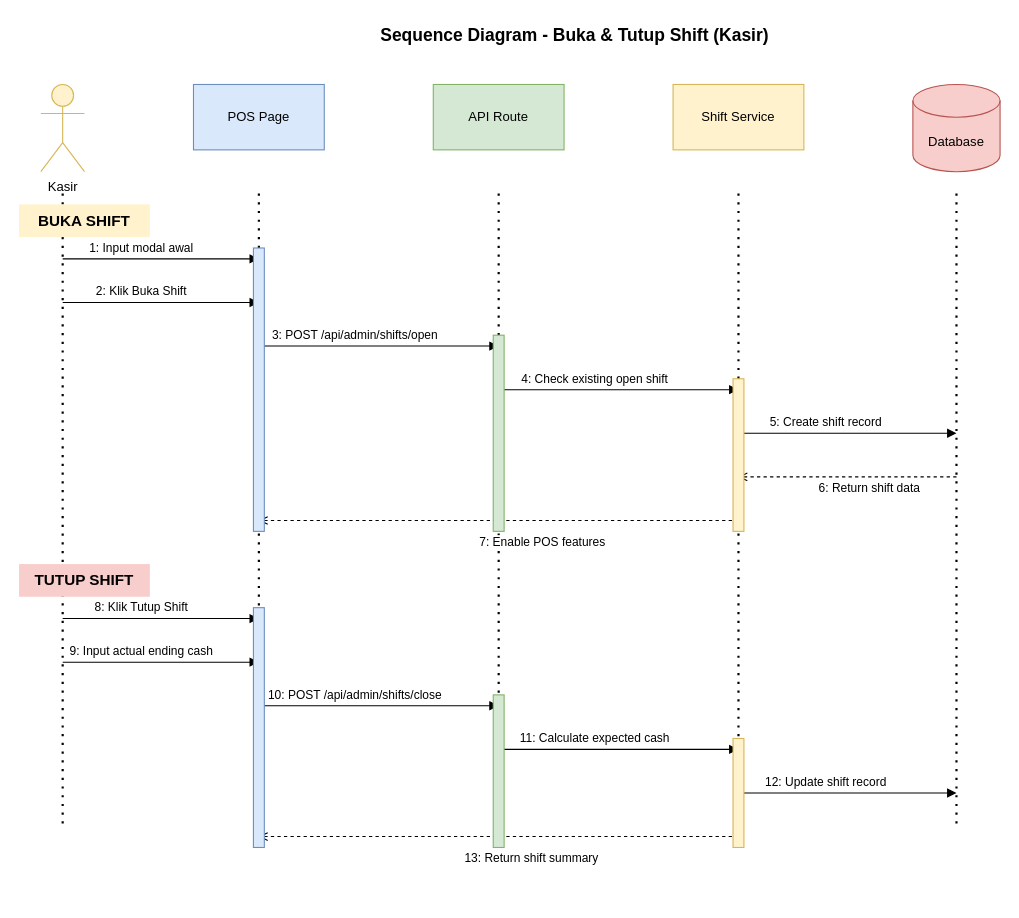
Before: fordza-docs/diagrams/sequence-05-shift-management.drawio in Aryo1235/fordza-web, a draw.io diagram. Source tidied: cells renumbered, new cells numbered last; positions are measured from the earlier drawing's top-left corner, leaving out a move shared by most shapes. Both pictures are drawn from the tidied source at 109%, with x=0, y=0 at pixel (19, 19).
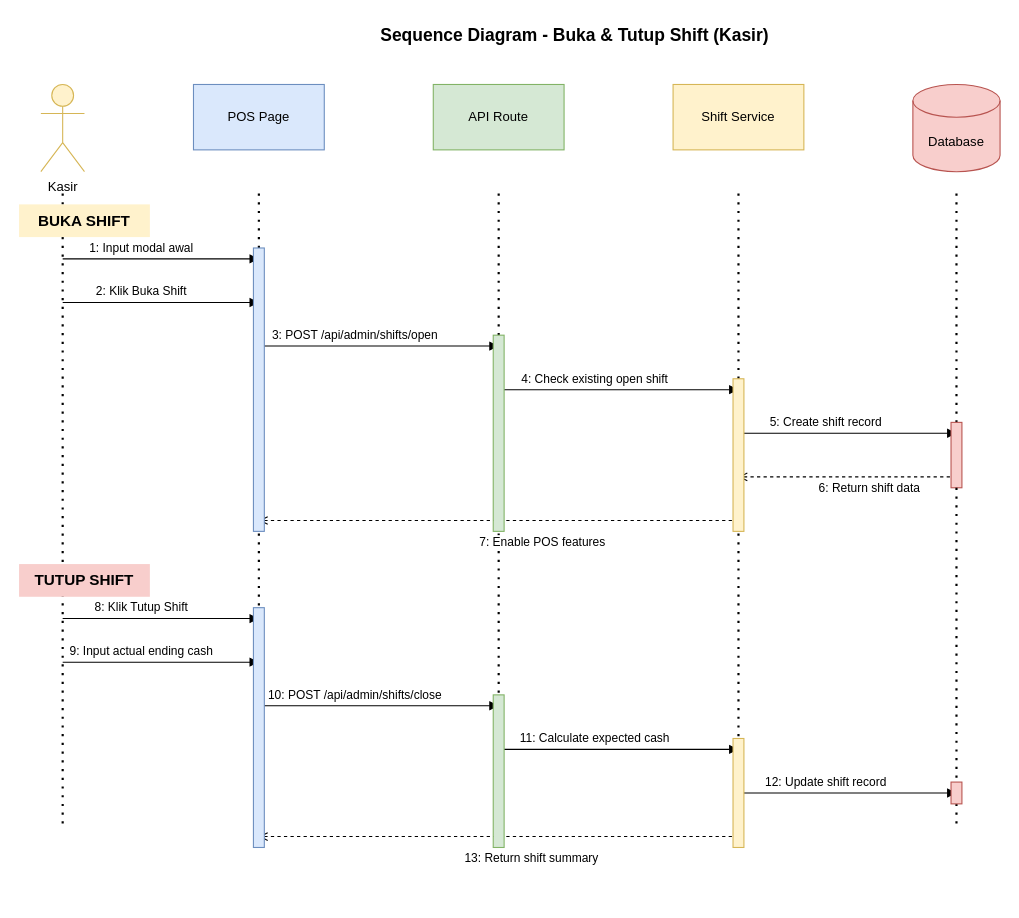
Above is the later version.

What changed in the source:
```diff
@@
-    <mxCell id="12" style="endArrow=none;dashed=1;html=1;dashPattern=1 3;strokeWidth=2;" parent="1" edge="1">
+    <mxCell id="12" style="endArrow=none;dashed=1;html=1;dashPattern=1 3;strokeWidth=2;" parent="1" edge="1" source="38">
       <mxGeometry relative="1" as="geometry">
-        <mxPoint x="860" y="160" as="sourcePoint" />
         <mxPoint x="860" y="740" as="targetPoint" />
       </mxGeometry>
     </mxCell>
@@
+    <mxCell id="35" style="endArrow=none;dashed=1;html=1;dashPattern=1 3;strokeWidth=2;" parent="1" edge="1" target="36">
+      <mxGeometry relative="1" as="geometry">
+        <mxPoint x="860" y="160" as="sourcePoint" />
+      </mxGeometry>
+    </mxCell>
+    <mxCell id="36" style="rounded=0;whiteSpace=wrap;html=1;fillColor=#f8cecc;strokeColor=#b85450;" parent="1" vertex="1">
+      <mxGeometry x="855" y="370" width="10" height="60" as="geometry" />
+    </mxCell>
+    <mxCell id="37" style="endArrow=none;dashed=1;html=1;dashPattern=1 3;strokeWidth=2;" parent="1" edge="1" source="36" target="38">
+      <mxGeometry relative="1" as="geometry" />
+    </mxCell>
+    <mxCell id="38" style="rounded=0;whiteSpace=wrap;html=1;fillColor=#f8cecc;strokeColor=#b85450;" parent="1" vertex="1">
+      <mxGeometry x="855" y="700" width="10" height="20" as="geometry" />
+    </mxCell>
```
